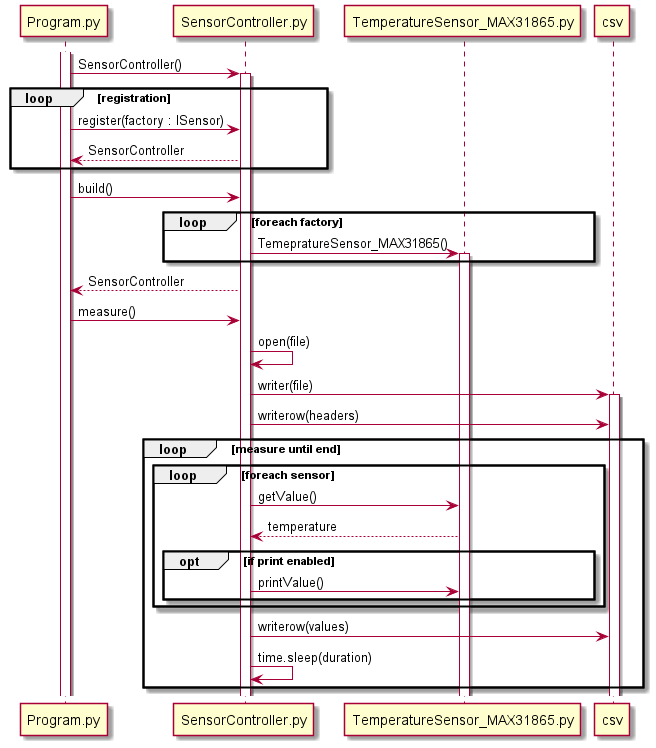
Earlier version of the PlantUML export out/diagrams/SequenceDiagram/SequenceDiagram.png (KretschiGL/RPi_SensorController). Its diagram source:
```plantuml
@startuml

participant Program.py as pgm
participant SensorController.py as sc
participant TemperatureSensor_MAX31865.py as stemp
participant csv

activate pgm
pgm -> sc : SensorController()

activate sc

loop registration

    pgm -> sc : register(factory : ISensor)
    pgm <-- sc : SensorController

end

pgm -> sc : build()

loop foreach factory

    sc -> stemp : TemepratureSensor_MAX31865()
    activate stemp

end

pgm <-- sc : SensorController

pgm -> sc : measure()

sc -> sc : open(file)
sc -> csv : writer(file)
activate csv
sc -> csv : writerow(headers)

loop measure until end

    loop foreach sensor

        sc -> stemp : getValue()
        sc <-- stemp : temperature

        opt if print enabled

            sc -> stemp : printValue()

        end

    end

    sc -> csv : writerow(values)

    sc -> sc : time.sleep(duration)

end


@enduml
```
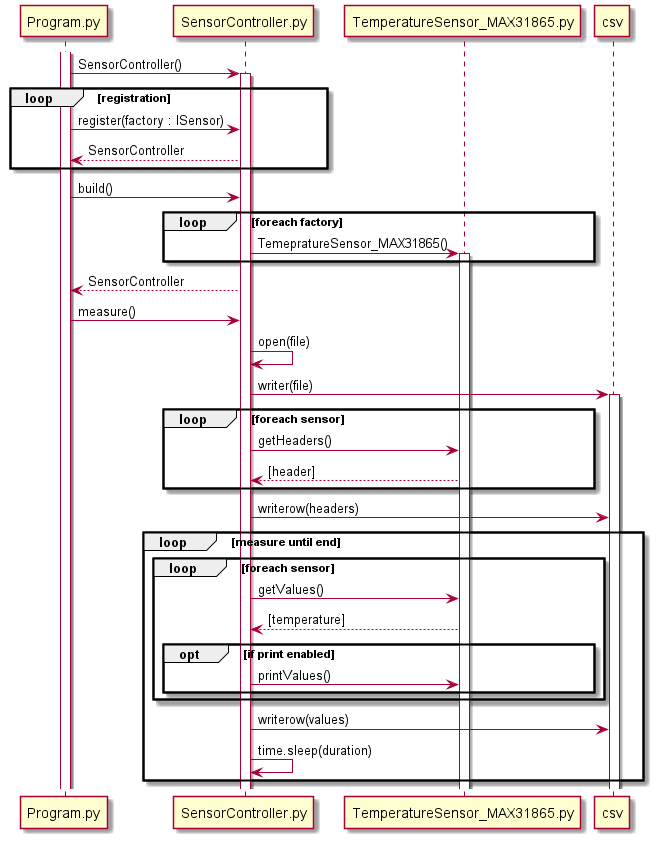
The same diagram one commit later.

What changed in the source:
```diff
@@ -33,18 +33,26 @@
 sc -> sc : open(file)
 sc -> csv : writer(file)
 activate csv
+
+loop foreach sensor
+
+    sc -> stemp : getHeaders()
+    sc <-- stemp : [header]
+
+end
+
 sc -> csv : writerow(headers)
 
 loop measure until end
 
     loop foreach sensor
 
-        sc -> stemp : getValue()
-        sc <-- stemp : temperature
+        sc -> stemp : getValues()
+        sc <-- stemp : [temperature]
 
         opt if print enabled
 
-            sc -> stemp : printValue()
+            sc -> stemp : printValues()
 
         end
 
```
